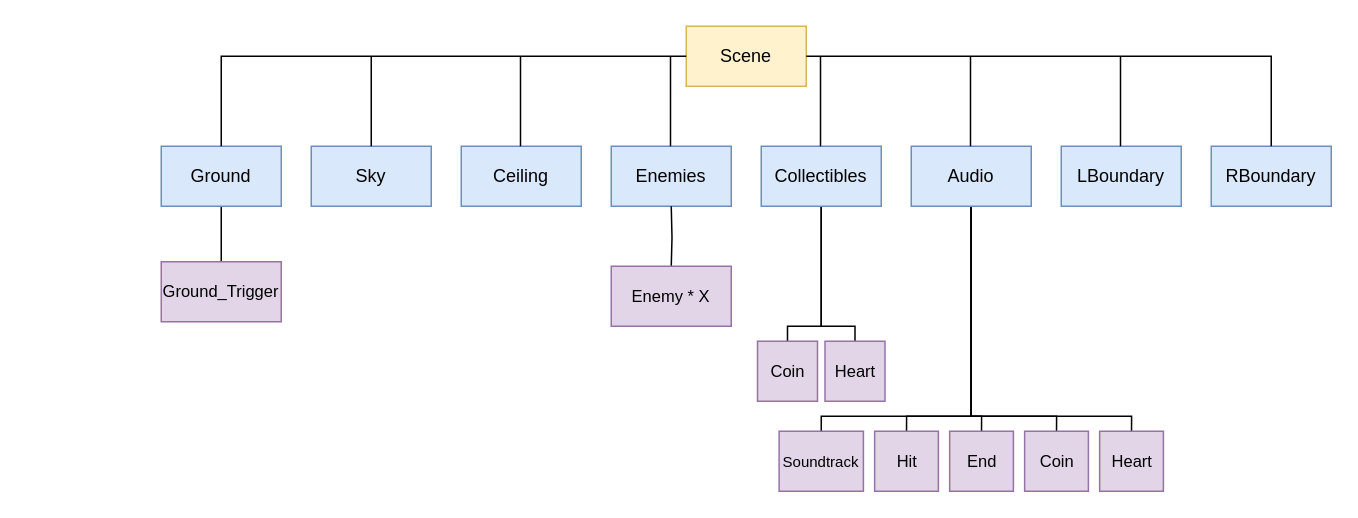
This is Design/Assets/hierarchy.drawio from nathanielkeeler/Prima-Endabgabe, a draw.io file, before an edit. Source tidied: cells renumbered, new cells numbered last; positions are measured from the earlier drawing's top-left corner, leaving out a move shared by most shapes. Both pictures are drawn from the tidied source at 150%, with x=0, y=0 at pixel (160, 26).
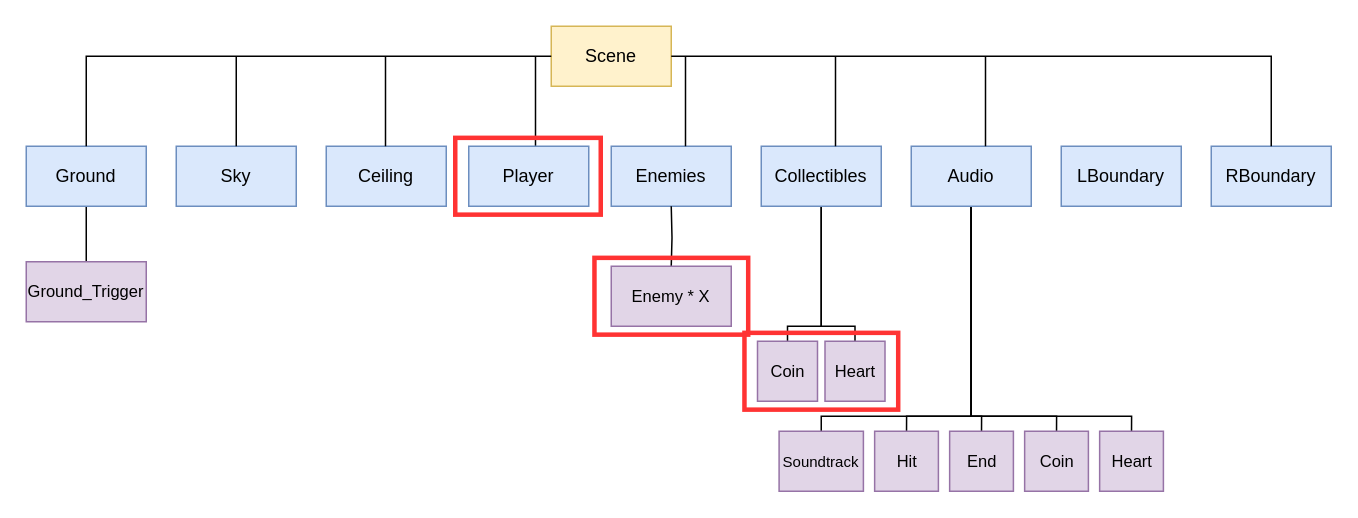
The same diagram, later.

Change to the diagram source:
```diff
@@
     <mxCell id="2" value="Scene" style="rounded=0;whiteSpace=wrap;html=1;fillColor=#fff2cc;strokeColor=#d6b656;strokeWidth=1;" parent="1" vertex="1">
-      <mxGeometry x="350" width="80" height="40" as="geometry" />
+      <mxGeometry x="260" width="80" height="40" as="geometry" />
     </mxCell>
@@
     <mxCell id="4" value="Ground" style="rounded=0;whiteSpace=wrap;html=1;fillColor=#dae8fc;strokeColor=#6c8ebf;strokeWidth=1;" parent="1" vertex="1">
-      <mxGeometry y="80" width="80" height="40" as="geometry" />
+      <mxGeometry x="-90" y="80" width="80" height="40" as="geometry" />
     </mxCell>
     <mxCell id="5" value="Sky" style="rounded=0;whiteSpace=wrap;html=1;fillColor=#dae8fc;strokeColor=#6c8ebf;strokeWidth=1;" parent="1" vertex="1">
-      <mxGeometry x="100" y="80" width="80" height="40" as="geometry" />
+      <mxGeometry x="10" y="80" width="80" height="40" as="geometry" />
     </mxCell>
     <mxCell id="6" value="Ceiling" style="rounded=0;whiteSpace=wrap;html=1;fillColor=#dae8fc;strokeColor=#6c8ebf;strokeWidth=1;" parent="1" vertex="1">
-      <mxGeometry x="200" y="80" width="80" height="40" as="geometry" />
+      <mxGeometry x="110" y="80" width="80" height="40" as="geometry" />
     </mxCell>
@@
     <mxCell id="19" style="endArrow=none;html=1;rounded=0;entryX=0;entryY=0.5;entryDx=0;entryDy=0;exitX=0.5;exitY=0;exitDx=0;exitDy=0;" parent="1" edge="1" source="4" target="2">
       <mxGeometry relative="1" as="geometry">
         <Array as="points">
-          <mxPoint x="40" y="20" />
-          <mxPoint x="215" y="20" />
+          <mxPoint x="-50" y="20" />
+          <mxPoint x="125" y="20" />
         </Array>
       </mxGeometry>
     </mxCell>
     <mxCell id="20" style="endArrow=none;html=1;rounded=0;entryX=0.5;entryY=0;entryDx=0;entryDy=0;" parent="1" edge="1" target="5">
       <mxGeometry relative="1" as="geometry">
-        <mxPoint x="140" y="20" as="sourcePoint" />
+        <mxPoint x="50" y="20" as="sourcePoint" />
       </mxGeometry>
     </mxCell>
     <mxCell id="21" style="endArrow=none;html=1;rounded=0;entryX=0.5;entryY=0;entryDx=0;entryDy=0;" parent="1" edge="1">
       <mxGeometry relative="1" as="geometry">
-        <mxPoint x="239.5" y="20" as="sourcePoint" />
-        <mxPoint x="239.5" y="80" as="targetPoint" />
+        <mxPoint x="149.5" y="20" as="sourcePoint" />
+        <mxPoint x="149.5" y="80" as="targetPoint" />
       </mxGeometry>
     </mxCell>
     <mxCell id="22" style="endArrow=none;html=1;rounded=0;entryX=0.5;entryY=0;entryDx=0;entryDy=0;" parent="1" edge="1">
       <mxGeometry relative="1" as="geometry">
-        <mxPoint x="339.5" y="20" as="sourcePoint" />
-        <mxPoint x="339.5" y="80" as="targetPoint" />
+        <mxPoint x="249.5" y="20" as="sourcePoint" />
+        <mxPoint x="249.5" y="80" as="targetPoint" />
       </mxGeometry>
     </mxCell>
@@
     <mxCell id="24" style="endArrow=none;html=1;rounded=0;entryX=0.5;entryY=0;entryDx=0;entryDy=0;" parent="1" edge="1">
       <mxGeometry relative="1" as="geometry">
-        <mxPoint x="439.5" y="20" as="sourcePoint" />
-        <mxPoint x="439.5" y="80" as="targetPoint" />
+        <mxPoint x="349.5" y="20" as="sourcePoint" />
+        <mxPoint x="349.5" y="80" as="targetPoint" />
       </mxGeometry>
     </mxCell>
     <mxCell id="25" style="endArrow=none;html=1;rounded=0;entryX=0.5;entryY=0;entryDx=0;entryDy=0;" parent="1" edge="1">
       <mxGeometry relative="1" as="geometry">
-        <mxPoint x="539.5" y="20" as="sourcePoint" />
-        <mxPoint x="539.5" y="80" as="targetPoint" />
+        <mxPoint x="449.5" y="20" as="sourcePoint" />
+        <mxPoint x="449.5" y="80" as="targetPoint" />
       </mxGeometry>
     </mxCell>
     <mxCell id="26" style="endArrow=none;html=1;rounded=0;entryX=0.5;entryY=0;entryDx=0;entryDy=0;" parent="1" edge="1">
       <mxGeometry relative="1" as="geometry">
-        <mxPoint x="639.5" y="20" as="sourcePoint" />
-        <mxPoint x="639.5" y="80" as="targetPoint" />
+        <mxPoint x="549.5" y="20" as="sourcePoint" />
+        <mxPoint x="549.5" y="80" as="targetPoint" />
       </mxGeometry>
     </mxCell>
     <mxCell id="27" value="&lt;font style=&quot;font-size: 11px;&quot;&gt;Ground_Trigger&lt;/font&gt;" style="rounded=0;whiteSpace=wrap;html=1;fillColor=#e1d5e7;strokeColor=#9673a6;strokeWidth=1;" parent="1" vertex="1">
-      <mxGeometry y="157" width="80" height="40" as="geometry" />
+      <mxGeometry x="-90" y="157" width="80" height="40" as="geometry" />
     </mxCell>
@@
+    <mxCell id="37" value="Player" style="rounded=0;whiteSpace=wrap;html=1;fillColor=#dae8fc;strokeColor=#6c8ebf;strokeWidth=1;" parent="1" vertex="1">
+      <mxGeometry x="205" y="80" width="80" height="40" as="geometry" />
+    </mxCell>
+    <mxCell id="38" style="rounded=0;whiteSpace=wrap;html=1;strokeColor=#FF3333;strokeWidth=3;fillColor=none;" parent="1" vertex="1">
+      <mxGeometry x="288.8" y="154.4" width="102.5" height="51.2" as="geometry" />
+    </mxCell>
+    <mxCell id="39" style="rounded=0;whiteSpace=wrap;html=1;strokeColor=#FF3333;strokeWidth=3;fillColor=none;" parent="1" vertex="1">
+      <mxGeometry x="196" y="74.4" width="97" height="51.2" as="geometry" />
+    </mxCell>
+    <mxCell id="40" style="rounded=0;whiteSpace=wrap;html=1;strokeColor=#FF3333;strokeWidth=3;fillColor=none;" parent="1" vertex="1">
+      <mxGeometry x="388.8" y="204.4" width="102.5" height="51.2" as="geometry" />
+    </mxCell>
```
